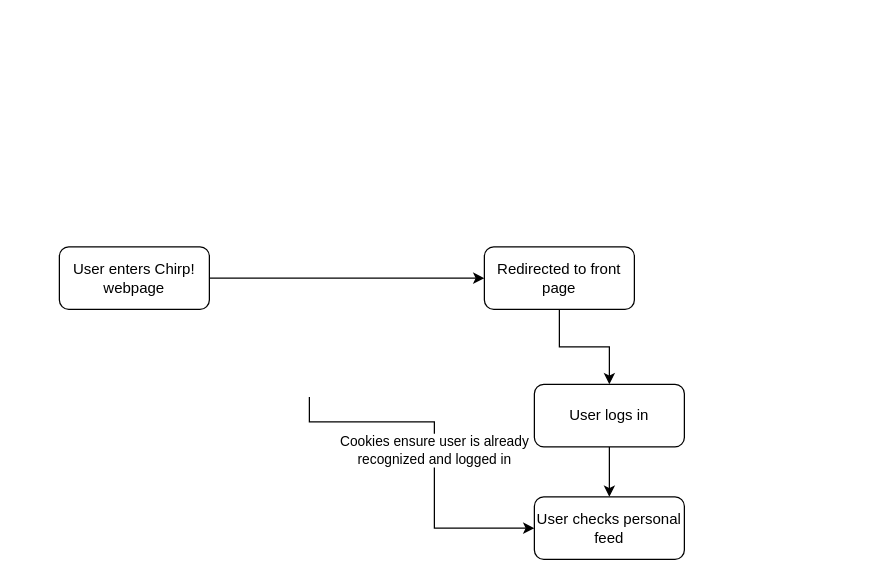
Above: page "Authorized" (2 of 2) of docs/diagrams/UserJourney.drawio in ITU-BDSA2024-GROUP29/Chirp (draw.io), before the change. Source tidied: cells renumbered, new cells numbered last; positions are measured from the earlier drawing's top-left corner, leaving out a move shared by most shapes. Both pictures are drawn from the tidied source at 125%, with x=0, y=0 at pixel (59, 246).
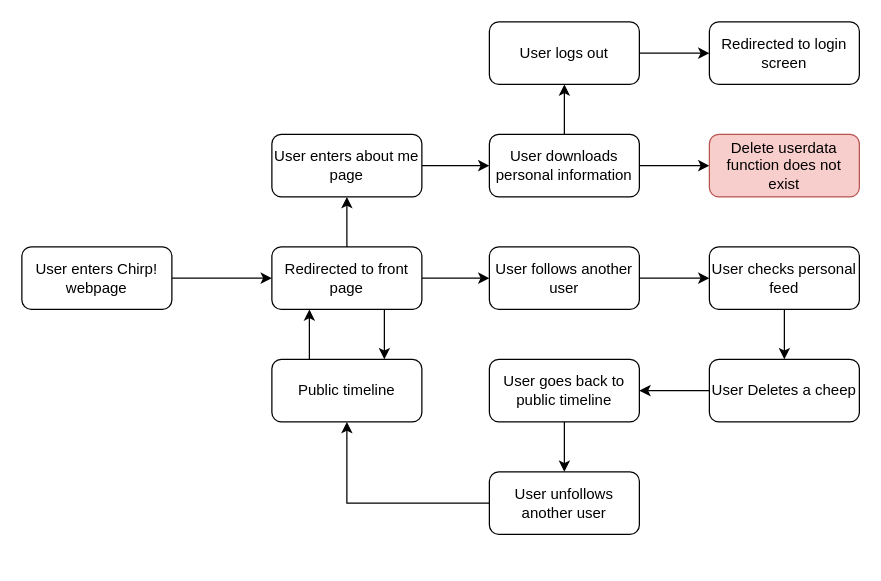
The same diagram, later.

What changed in the source:
```diff
@@
     <mxCell id="3" value="User enters Chirp! webpage" style="rounded=1;whiteSpace=wrap;html=1;" parent="1" vertex="1">
-      <mxGeometry width="120" height="50" as="geometry" />
+      <mxGeometry x="-30" width="120" height="50" as="geometry" />
     </mxCell>
-    <mxCell id="4" style="edgeStyle=orthogonalEdgeStyle;rounded=0;jettySize=auto;html=1;exitX=0.5;exitY=1;exitDx=0;exitDy=0;entryX=0.5;entryY=0;entryDx=0;entryDy=0;" parent="1" edge="1" source="6" target="8">
-      <mxGeometry relative="1" as="geometry" />
-    </mxCell>
-    <mxCell id="5" value="Cookies ensure user is already&lt;div&gt;recognized and logged in&lt;/div&gt;" style="edgeStyle=orthogonalEdgeStyle;rounded=0;jettySize=auto;html=1;entryX=0;entryY=0.5;entryDx=0;entryDy=0;" parent="1" edge="1" target="9">
-      <mxGeometry relative="1" as="geometry">
-        <mxPoint x="200" y="120" as="sourcePoint" />
-        <Array as="points">
-          <mxPoint x="200" y="140" />
-          <mxPoint x="300" y="140" />
-          <mxPoint x="300" y="225" />
-        </Array>
-      </mxGeometry>
-    </mxCell>
+    <mxCell id="10" style="edgeStyle=orthogonalEdgeStyle;rounded=0;jettySize=auto;html=1;exitX=0.75;exitY=1;exitDx=0;exitDy=0;entryX=0.75;entryY=0;entryDx=0;entryDy=0;" parent="1" edge="1" source="6" target="15">
+      <mxGeometry relative="1" as="geometry" />
+    </mxCell>
+    <mxCell id="11" style="edgeStyle=orthogonalEdgeStyle;rounded=0;jettySize=auto;html=1;exitX=1;exitY=0.5;exitDx=0;exitDy=0;entryX=0;entryY=0.5;entryDx=0;entryDy=0;" parent="1" edge="1" source="6" target="16">
+      <mxGeometry relative="1" as="geometry" />
+    </mxCell>
+    <mxCell id="12" style="edgeStyle=orthogonalEdgeStyle;rounded=0;jettySize=auto;html=1;exitX=0.5;exitY=0;exitDx=0;exitDy=0;entryX=0.5;entryY=1;entryDx=0;entryDy=0;" parent="1" edge="1" source="6" target="24">
+      <mxGeometry relative="1" as="geometry" />
+    </mxCell>
     <mxCell id="6" value="Redirected to front page" style="rounded=1;whiteSpace=wrap;html=1;" parent="1" vertex="1">
-      <mxGeometry x="340" width="120" height="50" as="geometry" />
+      <mxGeometry x="170" width="120" height="50" as="geometry" />
     </mxCell>
-    <mxCell id="7" style="edgeStyle=orthogonalEdgeStyle;rounded=0;jettySize=auto;html=1;exitX=0.5;exitY=1;exitDx=0;exitDy=0;entryX=0.5;entryY=0;entryDx=0;entryDy=0;" parent="1" edge="1" source="8" target="9">
+    <mxCell id="7" style="edgeStyle=orthogonalEdgeStyle;rounded=0;jettySize=auto;html=1;entryX=0;entryY=0.5;entryDx=0;entryDy=0;exitX=1;exitY=0.5;exitDx=0;exitDy=0;" parent="1" edge="1" source="16" target="9">
       <mxGeometry relative="1" as="geometry" />
     </mxCell>
-    <mxCell id="8" value="User logs in" style="rounded=1;whiteSpace=wrap;html=1;" parent="1" vertex="1">
-      <mxGeometry x="380" y="110" width="120" height="50" as="geometry" />
-    </mxCell>
+    <mxCell id="13" style="edgeStyle=orthogonalEdgeStyle;rounded=0;jettySize=auto;html=1;exitX=0.5;exitY=1;exitDx=0;exitDy=0;entryX=0.5;entryY=0;entryDx=0;entryDy=0;" parent="1" edge="1" source="9" target="18">
+      <mxGeometry relative="1" as="geometry" />
+    </mxCell>
     <mxCell id="9" value="User checks personal feed" style="rounded=1;whiteSpace=wrap;html=1;" parent="1" vertex="1">
-      <mxGeometry x="380" y="200" width="120" height="50" as="geometry" />
+      <mxGeometry x="520" width="120" height="50" as="geometry" />
     </mxCell>
+    <mxCell id="14" style="edgeStyle=orthogonalEdgeStyle;rounded=0;jettySize=auto;html=1;exitX=0.25;exitY=0;exitDx=0;exitDy=0;entryX=0.25;entryY=1;entryDx=0;entryDy=0;" parent="1" edge="1" source="15" target="6">
+      <mxGeometry relative="1" as="geometry" />
+    </mxCell>
+    <mxCell id="15" value="Public timeline" style="rounded=1;whiteSpace=wrap;html=1;" parent="1" vertex="1">
+      <mxGeometry x="170" y="90" width="120" height="50" as="geometry" />
+    </mxCell>
+    <mxCell id="16" value="User follows another user" style="rounded=1;whiteSpace=wrap;html=1;" parent="1" vertex="1">
+      <mxGeometry x="344" width="120" height="50" as="geometry" />
+    </mxCell>
+    <mxCell id="17" style="edgeStyle=orthogonalEdgeStyle;rounded=0;jettySize=auto;html=1;exitX=0;exitY=0.5;exitDx=0;exitDy=0;entryX=1;entryY=0.5;entryDx=0;entryDy=0;" parent="1" edge="1" source="18" target="20">
+      <mxGeometry relative="1" as="geometry" />
+    </mxCell>
+    <mxCell id="18" value="User Deletes a cheep" style="rounded=1;whiteSpace=wrap;html=1;" parent="1" vertex="1">
+      <mxGeometry x="520" y="90" width="120" height="50" as="geometry" />
+    </mxCell>
+    <mxCell id="19" style="edgeStyle=orthogonalEdgeStyle;rounded=0;jettySize=auto;html=1;exitX=0.5;exitY=1;exitDx=0;exitDy=0;entryX=0.5;entryY=0;entryDx=0;entryDy=0;" parent="1" edge="1" source="20" target="22">
+      <mxGeometry relative="1" as="geometry" />
+    </mxCell>
+    <mxCell id="20" value="User goes back to public timeline" style="rounded=1;whiteSpace=wrap;html=1;" parent="1" vertex="1">
+      <mxGeometry x="344" y="90" width="120" height="50" as="geometry" />
+    </mxCell>
+    <mxCell id="21" style="edgeStyle=orthogonalEdgeStyle;rounded=0;jettySize=auto;html=1;exitX=0;exitY=0.5;exitDx=0;exitDy=0;entryX=0.5;entryY=1;entryDx=0;entryDy=0;" parent="1" edge="1" source="22" target="15">
+      <mxGeometry relative="1" as="geometry" />
+    </mxCell>
+    <mxCell id="22" value="User unfollows another user" style="rounded=1;whiteSpace=wrap;html=1;" parent="1" vertex="1">
+      <mxGeometry x="344" y="180" width="120" height="50" as="geometry" />
+    </mxCell>
+    <mxCell id="23" style="edgeStyle=orthogonalEdgeStyle;rounded=0;jettySize=auto;html=1;exitX=1;exitY=0.5;exitDx=0;exitDy=0;entryX=0;entryY=0.5;entryDx=0;entryDy=0;" parent="1" edge="1" source="24" target="27">
+      <mxGeometry relative="1" as="geometry" />
+    </mxCell>
+    <mxCell id="24" value="User enters about me page" style="rounded=1;whiteSpace=wrap;html=1;" parent="1" vertex="1">
+      <mxGeometry x="170" y="-90" width="120" height="50" as="geometry" />
+    </mxCell>
+    <mxCell id="25" style="edgeStyle=orthogonalEdgeStyle;rounded=0;jettySize=auto;html=1;exitX=1;exitY=0.5;exitDx=0;exitDy=0;entryX=0;entryY=0.5;entryDx=0;entryDy=0;" parent="1" edge="1" source="27" target="28">
+      <mxGeometry relative="1" as="geometry" />
+    </mxCell>
+    <mxCell id="26" style="edgeStyle=orthogonalEdgeStyle;rounded=0;jettySize=auto;html=1;exitX=0.5;exitY=0;exitDx=0;exitDy=0;entryX=0.5;entryY=1;entryDx=0;entryDy=0;" parent="1" edge="1" source="27" target="30">
+      <mxGeometry relative="1" as="geometry" />
+    </mxCell>
+    <mxCell id="27" value="User downloads personal information" style="rounded=1;whiteSpace=wrap;html=1;" parent="1" vertex="1">
+      <mxGeometry x="344" y="-90" width="120" height="50" as="geometry" />
+    </mxCell>
+    <mxCell id="28" value="Delete userdata function does not exist" style="rounded=1;whiteSpace=wrap;html=1;fillColor=#f8cecc;strokeColor=#b85450;" parent="1" vertex="1">
+      <mxGeometry x="520" y="-90" width="120" height="50" as="geometry" />
+    </mxCell>
+    <mxCell id="29" style="edgeStyle=orthogonalEdgeStyle;rounded=0;jettySize=auto;html=1;exitX=1;exitY=0.5;exitDx=0;exitDy=0;entryX=0;entryY=0.5;entryDx=0;entryDy=0;" parent="1" edge="1" source="30" target="31">
+      <mxGeometry relative="1" as="geometry" />
+    </mxCell>
+    <mxCell id="30" value="User logs out" style="rounded=1;whiteSpace=wrap;html=1;" parent="1" vertex="1">
+      <mxGeometry x="344" y="-180" width="120" height="50" as="geometry" />
+    </mxCell>
+    <mxCell id="31" value="Redirected to login screen" style="rounded=1;whiteSpace=wrap;html=1;" parent="1" vertex="1">
+      <mxGeometry x="520" y="-180" width="120" height="50" as="geometry" />
+    </mxCell>
```
